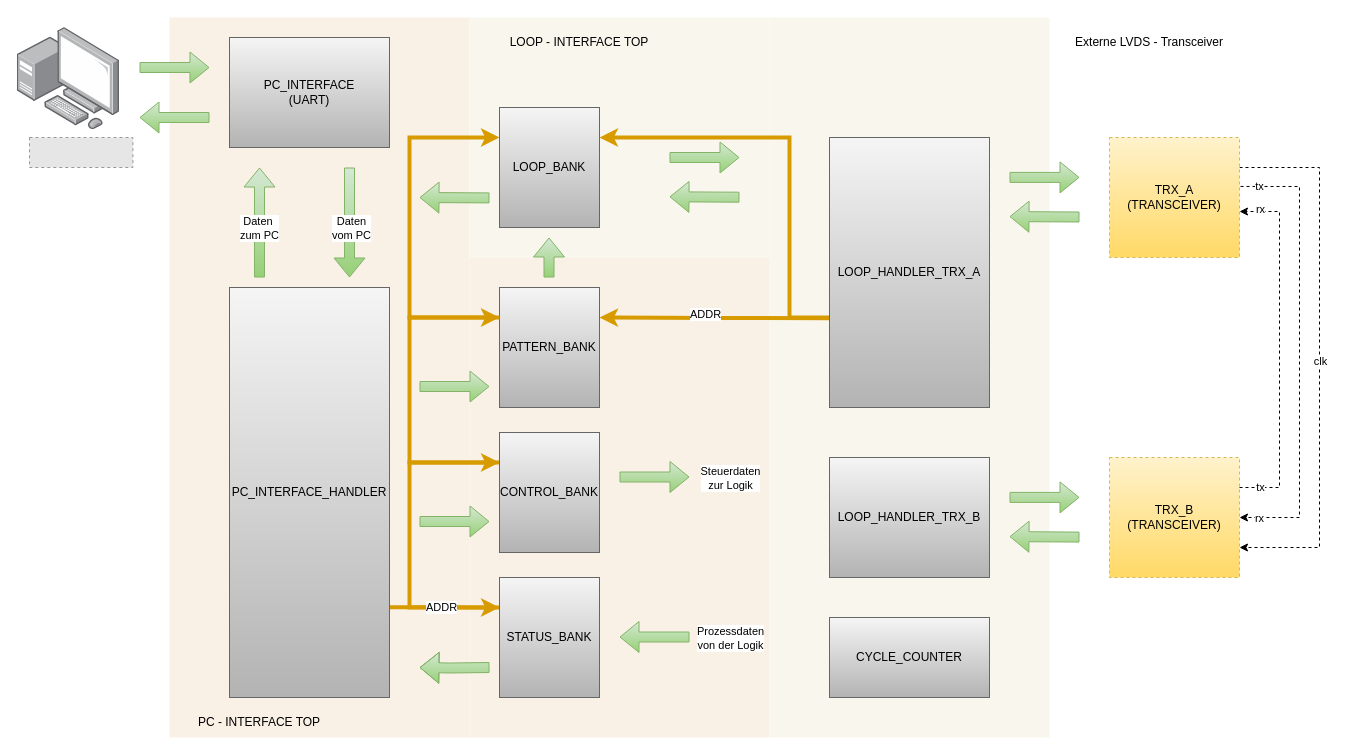
CyrilHerzog/Signalgenerator keeps this draw.io diagram as src/hdl/pc_interface/doc/pc_interface_arch.drawio. Above is the earlier version. Source tidied: cells renumbered, new cells numbered last; positions are measured from the earlier drawing's top-left corner, leaving out a move shared by most shapes. Both pictures are drawn from the tidied source at 100%, with x=0, y=0 at pixel (17, 17). Pictures stored in the file or linked from it are replaced by grey dashed boxes.
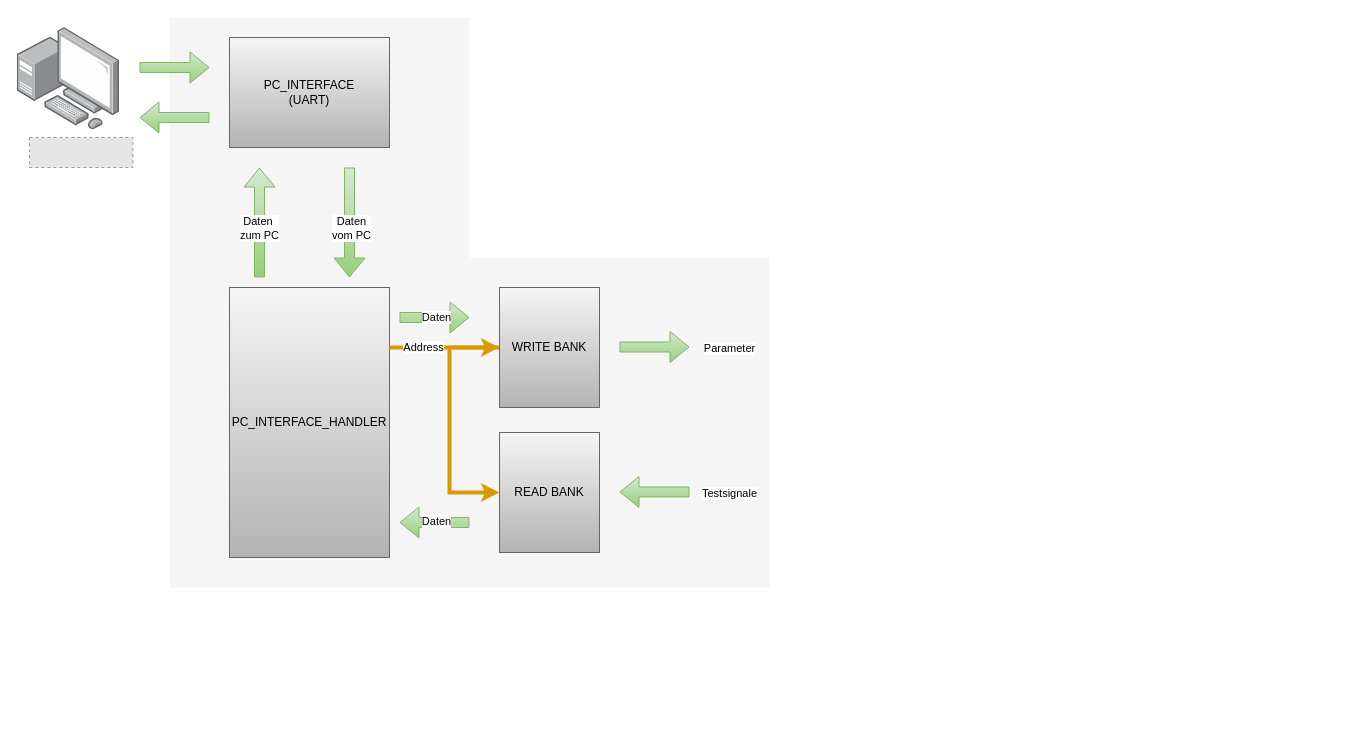
The same page after the edit.

What changed in the source:
```diff
@@
-    <mxCell id="2" style="rounded=0;whiteSpace=wrap;html=1;fillColor=#f9f0e6;strokeColor=none;" parent="1" vertex="1">
-      <mxGeometry x="152" width="300" height="720" as="geometry" />
+    <mxCell id="2" style="rounded=0;whiteSpace=wrap;html=1;strokeColor=none;fillColor=#f5f5f5;fontColor=#333333;" parent="1" vertex="1">
+      <mxGeometry x="152" width="300" height="570" as="geometry" />
     </mxCell>
-    <mxCell id="3" style="rounded=0;whiteSpace=wrap;html=1;fillColor=#f9f0e6;strokeColor=none;" parent="1" vertex="1">
-      <mxGeometry x="452" y="240" width="300" height="480" as="geometry" />
+    <mxCell id="3" style="rounded=0;whiteSpace=wrap;html=1;strokeColor=none;fillColor=#f5f5f5;fontColor=#333333;" parent="1" vertex="1">
+      <mxGeometry x="452" y="240" width="300" height="330" as="geometry" />
     </mxCell>
-    <mxCell id="4" style="rounded=0;whiteSpace=wrap;html=1;strokeColor=none;fillColor=#f9f7ed;" parent="1" vertex="1">
-      <mxGeometry x="452" width="300" height="240" as="geometry" />
-    </mxCell>
-    <mxCell id="5" style="rounded=0;whiteSpace=wrap;html=1;strokeColor=none;" parent="1" vertex="1">
-      <mxGeometry x="1032" width="280" height="720" as="geometry" />
-    </mxCell>
-    <mxCell id="6" style="rounded=0;whiteSpace=wrap;html=1;strokeColor=none;fillColor=#f9f7ed;" parent="1" vertex="1">
-      <mxGeometry x="752" width="280" height="720" as="geometry" />
-    </mxCell>
@@
-    <mxCell id="9" style="edgeStyle=orthogonalEdgeStyle;rounded=0;jettySize=auto;html=1;exitX=0.994;exitY=0.78;exitDx=0;exitDy=0;entryX=0;entryY=0.25;entryDx=0;entryDy=0;exitPerimeter=0;strokeWidth=4;fillColor=#ffcd28;gradientColor=#ffa500;strokeColor=#d79b00;" parent="1" edge="1" source="10" target="18">
-      <mxGeometry relative="1" as="geometry" />
-    </mxCell>
     <mxCell id="10" value="PC_INTERFACE_HANDLER" style="rounded=0;whiteSpace=wrap;html=1;fillColor=#f5f5f5;gradientColor=#b3b3b3;strokeColor=#666666;" parent="1" vertex="1">
-      <mxGeometry x="212" y="270" width="160" height="410" as="geometry" />
+      <mxGeometry x="212" y="270" width="160" height="270" as="geometry" />
     </mxCell>
-    <mxCell id="11" style="edgeStyle=orthogonalEdgeStyle;rounded=0;jettySize=auto;html=1;entryX=1;entryY=0.25;entryDx=0;entryDy=0;strokeWidth=4;fillColor=#ffcd28;gradientColor=#ffa500;strokeColor=#d79b00;exitX=0.006;exitY=0.667;exitDx=0;exitDy=0;exitPerimeter=0;" parent="1" edge="1" source="14" target="50">
-      <mxGeometry relative="1" as="geometry">
-        <Array as="points">
-          <mxPoint x="772" y="300" />
-          <mxPoint x="772" y="120" />
-        </Array>
-      </mxGeometry>
-    </mxCell>
-    <mxCell id="12" style="edgeStyle=orthogonalEdgeStyle;rounded=0;jettySize=auto;html=1;entryX=1;entryY=0.25;entryDx=0;entryDy=0;strokeWidth=4;fillColor=#ffcd28;gradientColor=#ffa500;strokeColor=#d79b00;exitX=-0.001;exitY=0.669;exitDx=0;exitDy=0;exitPerimeter=0;" parent="1" edge="1" source="14" target="49">
-      <mxGeometry relative="1" as="geometry">
-        <Array as="points">
-          <mxPoint x="697" y="301" />
-        </Array>
-      </mxGeometry>
-    </mxCell>
-    <mxCell id="13" value="ADDR" style="edgeLabel;html=1;align=center;verticalAlign=middle;" parent="12" vertex="1">
-      <mxGeometry x="0.08" y="-4" relative="1" as="geometry" />
-    </mxCell>
-    <mxCell id="14" value="LOOP_HANDLER_TRX_A" style="rounded=0;whiteSpace=wrap;html=1;fillColor=#f5f5f5;gradientColor=#b3b3b3;strokeColor=#666666;" parent="1" vertex="1">
-      <mxGeometry x="812" y="120" width="160" height="270" as="geometry" />
-    </mxCell>
-    <mxCell id="15" value="LOOP_HANDLER_TRX_B" style="rounded=0;whiteSpace=wrap;html=1;fillColor=#f5f5f5;gradientColor=#b3b3b3;strokeColor=#666666;" parent="1" vertex="1">
-      <mxGeometry x="812" y="440" width="160" height="120" as="geometry" />
-    </mxCell>
-    <mxCell id="16" style="edgeStyle=orthogonalEdgeStyle;rounded=0;jettySize=auto;html=1;exitX=0;exitY=0.25;exitDx=0;exitDy=0;entryX=0;entryY=0.25;entryDx=0;entryDy=0;strokeWidth=4;fillColor=#ffcd28;gradientColor=#ffa500;strokeColor=#d79b00;" parent="1" edge="1" source="18" target="20">
-      <mxGeometry relative="1" as="geometry">
-        <Array as="points">
-          <mxPoint x="392" y="590" />
-          <mxPoint x="392" y="445" />
-        </Array>
-      </mxGeometry>
-    </mxCell>
-    <mxCell id="17" value="ADDR" style="edgeLabel;html=1;align=center;verticalAlign=middle;" parent="16" vertex="1">
-      <mxGeometry x="-0.64" y="-1" relative="1" as="geometry" />
-    </mxCell>
-    <mxCell id="18" value="STATUS_BANK" style="rounded=0;whiteSpace=wrap;html=1;fillColor=#f5f5f5;gradientColor=#b3b3b3;strokeColor=#666666;" parent="1" vertex="1">
-      <mxGeometry x="482" y="560" width="100" height="120" as="geometry" />
-    </mxCell>
-    <mxCell id="19" style="edgeStyle=orthogonalEdgeStyle;rounded=0;jettySize=auto;html=1;exitX=0;exitY=0.25;exitDx=0;exitDy=0;entryX=0;entryY=0.25;entryDx=0;entryDy=0;strokeWidth=4;fillColor=#ffcd28;gradientColor=#ffa500;strokeColor=#d79b00;" parent="1" edge="1" source="20" target="49">
+    <mxCell id="19" style="edgeStyle=orthogonalEdgeStyle;rounded=0;jettySize=auto;html=1;entryX=0;entryY=0.5;entryDx=0;entryDy=0;strokeWidth=4;fillColor=#ffcd28;gradientColor=#ffa500;strokeColor=#d79b00;" parent="1" edge="1" target="49">
       <mxGeometry relative="1" as="geometry">
+        <mxPoint x="372" y="330" as="sourcePoint" />
         <Array as="points">
-          <mxPoint x="392" y="445" />
-          <mxPoint x="392" y="300" />
+          <mxPoint x="372" y="330" />
         </Array>
       </mxGeometry>
     </mxCell>
+    <mxCell id="61" value="Address" style="edgeLabel;html=1;align=center;verticalAlign=middle;" parent="19" vertex="1">
+      <mxGeometry x="-0.41" y="1" relative="1" as="geometry">
+        <mxPoint x="1" as="offset" />
+      </mxGeometry>
+    </mxCell>
-    <mxCell id="20" value="CONTROL_BANK" style="rounded=0;whiteSpace=wrap;html=1;fillColor=#f5f5f5;gradientColor=#b3b3b3;strokeColor=#666666;" parent="1" vertex="1">
+    <mxCell id="20" value="READ BANK" style="rounded=0;whiteSpace=wrap;html=1;fillColor=#f5f5f5;gradientColor=#b3b3b3;strokeColor=#666666;" parent="1" vertex="1">
       <mxGeometry x="482" y="415" width="100" height="120" as="geometry" />
     </mxCell>
@@
-    <mxCell id="29" style="shape=flexArrow;endArrow=classic;html=1;rounded=0;fillColor=#d5e8d4;gradientColor=#97d077;strokeColor=#82b366;" parent="1" edge="1">
-      <mxGeometry relative="1" as="geometry">
-        <mxPoint x="402" y="504" as="sourcePoint" />
-        <mxPoint x="472" y="504" as="targetPoint" />
-      </mxGeometry>
-    </mxCell>
-    <mxCell id="30" style="shape=flexArrow;endArrow=classic;html=1;rounded=0;fillColor=#d5e8d4;gradientColor=#97d077;strokeColor=#82b366;" parent="1" edge="1">
-      <mxGeometry relative="1" as="geometry">
-        <mxPoint x="472" y="650" as="sourcePoint" />
-        <mxPoint x="402" y="650" as="targetPoint" />
-        <Array as="points">
-          <mxPoint x="432" y="650.5" />
-        </Array>
-      </mxGeometry>
-    </mxCell>
-    <mxCell id="31" style="shape=flexArrow;endArrow=classic;html=1;rounded=0;fillColor=#d5e8d4;gradientColor=#97d077;strokeColor=#82b366;" parent="1" edge="1">
-      <mxGeometry relative="1" as="geometry">
-        <mxPoint x="602" y="459.5" as="sourcePoint" />
-        <mxPoint x="672" y="459.5" as="targetPoint" />
-      </mxGeometry>
-    </mxCell>
-    <mxCell id="32" value="Steuerdaten&lt;div&gt;zur Logik&lt;/div&gt;" style="edgeLabel;html=1;align=center;verticalAlign=middle;" parent="31" vertex="1">
-      <mxGeometry x="-0.2" y="2" relative="1" as="geometry">
-        <mxPoint x="82" y="3" as="offset" />
-      </mxGeometry>
-    </mxCell>
-    <mxCell id="33" style="shape=flexArrow;endArrow=classic;html=1;rounded=0;fillColor=#d5e8d4;gradientColor=#97d077;strokeColor=#82b366;" parent="1" edge="1">
-      <mxGeometry relative="1" as="geometry">
-        <mxPoint x="672" y="619.5" as="sourcePoint" />
-        <mxPoint x="602" y="619.5" as="targetPoint" />
-      </mxGeometry>
-    </mxCell>
-    <mxCell id="34" value="Prozessdaten&lt;div&gt;von der Logik&lt;/div&gt;" style="edgeLabel;html=1;align=center;verticalAlign=middle;" parent="33" vertex="1">
-      <mxGeometry x="-0.29" relative="1" as="geometry">
-        <mxPoint x="65" y="1" as="offset" />
-      </mxGeometry>
-    </mxCell>
-    <mxCell id="35" style="edgeStyle=orthogonalEdgeStyle;rounded=0;jettySize=auto;html=1;exitX=1;exitY=0.25;exitDx=0;exitDy=0;entryX=1;entryY=0.75;entryDx=0;entryDy=0;dashed=1;" parent="1" edge="1" source="40" target="41">
-      <mxGeometry relative="1" as="geometry">
-        <Array as="points">
-          <mxPoint x="1302" y="150" />
-          <mxPoint x="1302" y="530" />
-        </Array>
-      </mxGeometry>
-    </mxCell>
-    <mxCell id="36" value="clk" style="edgeLabel;html=1;align=center;verticalAlign=middle;" parent="35" vertex="1">
-      <mxGeometry x="0.01" relative="1" as="geometry" />
-    </mxCell>
-    <mxCell id="37" style="edgeStyle=orthogonalEdgeStyle;rounded=0;jettySize=auto;html=1;entryX=1;entryY=0.5;entryDx=0;entryDy=0;dashed=1;exitX=1.008;exitY=0.408;exitDx=0;exitDy=0;exitPerimeter=0;" parent="1" edge="1" source="40" target="41">
-      <mxGeometry relative="1" as="geometry">
-        <Array as="points">
-          <mxPoint x="1282" y="169" />
-          <mxPoint x="1282" y="500" />
-        </Array>
-      </mxGeometry>
-    </mxCell>
-    <mxCell id="38" value="rx" style="edgeLabel;html=1;align=center;verticalAlign=middle;" parent="37" vertex="1">
-      <mxGeometry x="0.81" y="1" relative="1" as="geometry">
-        <mxPoint x="-23" y="-1" as="offset" />
-      </mxGeometry>
-    </mxCell>
-    <mxCell id="39" value="tx" style="edgeLabel;html=1;align=center;verticalAlign=middle;" parent="37" vertex="1">
-      <mxGeometry x="-0.84" relative="1" as="geometry">
-        <mxPoint x="-18" as="offset" />
-      </mxGeometry>
-    </mxCell>
-    <mxCell id="40" value="TRX_A&lt;div&gt;(TRANSCEIVER)&lt;/div&gt;" style="rounded=0;whiteSpace=wrap;html=1;dashed=1;fillColor=#fff2cc;gradientColor=#ffd966;strokeColor=#d6b656;" parent="1" vertex="1">
-      <mxGeometry x="1092" y="120" width="130" height="120" as="geometry" />
-    </mxCell>
-    <mxCell id="41" value="TRX_B&lt;div&gt;(TRANSCEIVER)&lt;/div&gt;" style="rounded=0;whiteSpace=wrap;html=1;dashed=1;fillColor=#fff2cc;gradientColor=#ffd966;strokeColor=#d6b656;" parent="1" vertex="1">
-      <mxGeometry x="1092" y="440" width="130" height="120" as="geometry" />
-    </mxCell>
-    <mxCell id="42" style="edgeStyle=orthogonalEdgeStyle;rounded=0;jettySize=auto;html=1;exitX=1;exitY=0.25;exitDx=0;exitDy=0;entryX=1;entryY=0.617;entryDx=0;entryDy=0;entryPerimeter=0;dashed=1;" parent="1" edge="1" source="41" target="40">
-      <mxGeometry relative="1" as="geometry">
-        <Array as="points">
-          <mxPoint x="1262" y="470" />
-          <mxPoint x="1262" y="194" />
-        </Array>
-      </mxGeometry>
-    </mxCell>
-    <mxCell id="43" value="tx" style="edgeLabel;html=1;align=center;verticalAlign=middle;" parent="42" vertex="1">
-      <mxGeometry x="-0.72" y="-1" relative="1" as="geometry">
-        <mxPoint x="-21" y="9" as="offset" />
-      </mxGeometry>
-    </mxCell>
-    <mxCell id="44" value="rx" style="edgeLabel;html=1;align=center;verticalAlign=middle;" parent="42" vertex="1">
-      <mxGeometry x="0.74" y="2" relative="1" as="geometry">
-        <mxPoint x="-18" y="-9" as="offset" />
-      </mxGeometry>
-    </mxCell>
-    <mxCell id="45" style="shape=flexArrow;endArrow=classic;html=1;rounded=0;fillColor=#d5e8d4;gradientColor=#97d077;strokeColor=#82b366;" parent="1" edge="1">
-      <mxGeometry relative="1" as="geometry">
-        <mxPoint x="1062" y="519.6" as="sourcePoint" />
-        <mxPoint x="992" y="519.1" as="targetPoint" />
-      </mxGeometry>
-    </mxCell>
-    <mxCell id="46" style="shape=flexArrow;endArrow=classic;html=1;rounded=0;fillColor=#d5e8d4;gradientColor=#97d077;strokeColor=#82b366;" parent="1" edge="1">
-      <mxGeometry relative="1" as="geometry">
-        <mxPoint x="992" y="479.9" as="sourcePoint" />
-        <mxPoint x="1062" y="479.9" as="targetPoint" />
-      </mxGeometry>
-    </mxCell>
-    <mxCell id="47" style="shape=flexArrow;endArrow=classic;html=1;rounded=0;fillColor=#d5e8d4;gradientColor=#97d077;strokeColor=#82b366;" parent="1" edge="1">
-      <mxGeometry relative="1" as="geometry">
-        <mxPoint x="1062" y="199.5" as="sourcePoint" />
-        <mxPoint x="992" y="199.1" as="targetPoint" />
-      </mxGeometry>
-    </mxCell>
-    <mxCell id="48" style="shape=flexArrow;endArrow=classic;html=1;rounded=0;fillColor=#d5e8d4;gradientColor=#97d077;strokeColor=#82b366;" parent="1" edge="1">
-      <mxGeometry relative="1" as="geometry">
-        <mxPoint x="992" y="159.9" as="sourcePoint" />
-        <mxPoint x="1062" y="159.9" as="targetPoint" />
-      </mxGeometry>
-    </mxCell>
+    <mxCell id="62" style="edgeStyle=orthogonalEdgeStyle;rounded=0;jettySize=auto;html=1;entryX=0;entryY=0.5;entryDx=0;entryDy=0;fillColor=#ffe6cc;strokeColor=#D79B00;strokeWidth=4;" parent="1" edge="1" source="49" target="20">
+      <mxGeometry relative="1" as="geometry">
+        <Array as="points">
+          <mxPoint x="432" y="330" />
+          <mxPoint x="432" y="475" />
+        </Array>
+      </mxGeometry>
+    </mxCell>
-    <mxCell id="49" value="PATTERN_BANK" style="rounded=0;whiteSpace=wrap;html=1;fillColor=#f5f5f5;gradientColor=#b3b3b3;strokeColor=#666666;" parent="1" vertex="1">
+    <mxCell id="49" value="WRITE BANK" style="rounded=0;whiteSpace=wrap;html=1;fillColor=#f5f5f5;gradientColor=#b3b3b3;strokeColor=#666666;" parent="1" vertex="1">
       <mxGeometry x="482" y="270" width="100" height="120" as="geometry" />
     </mxCell>
-    <mxCell id="50" value="LOOP_BANK" style="rounded=0;whiteSpace=wrap;html=1;fillColor=#f5f5f5;gradientColor=#b3b3b3;strokeColor=#666666;" parent="1" vertex="1">
-      <mxGeometry x="482" y="90" width="100" height="120" as="geometry" />
-    </mxCell>
     <mxCell id="51" style="shape=flexArrow;endArrow=classic;html=1;rounded=0;fillColor=#d5e8d4;gradientColor=#97d077;strokeColor=#82b366;" parent="1" edge="1">
       <mxGeometry relative="1" as="geometry">
-        <mxPoint x="402" y="369" as="sourcePoint" />
-        <mxPoint x="472" y="369" as="targetPoint" />
+        <mxPoint x="602" y="329.5" as="sourcePoint" />
+        <mxPoint x="672" y="329.5" as="targetPoint" />
       </mxGeometry>
     </mxCell>
-    <mxCell id="52" style="edgeStyle=orthogonalEdgeStyle;rounded=0;jettySize=auto;html=1;exitX=0;exitY=0.25;exitDx=0;exitDy=0;entryX=0;entryY=0.25;entryDx=0;entryDy=0;strokeWidth=4;fillColor=#ffcd28;gradientColor=#ffa500;strokeColor=#d79b00;" parent="1" edge="1" source="49" target="50">
-      <mxGeometry relative="1" as="geometry">
-        <Array as="points">
-          <mxPoint x="392" y="300" />
-          <mxPoint x="392" y="120" />
-        </Array>
-      </mxGeometry>
-    </mxCell>
-    <mxCell id="53" style="shape=flexArrow;endArrow=classic;html=1;rounded=0;fillColor=#d5e8d4;gradientColor=#97d077;strokeColor=#82b366;" parent="1" edge="1">
-      <mxGeometry relative="1" as="geometry">
-        <mxPoint x="722" y="179.7" as="sourcePoint" />
-        <mxPoint x="652" y="179.3" as="targetPoint" />
-      </mxGeometry>
-    </mxCell>
-    <mxCell id="54" style="shape=flexArrow;endArrow=classic;html=1;rounded=0;fillColor=#d5e8d4;gradientColor=#97d077;strokeColor=#82b366;" parent="1" edge="1">
-      <mxGeometry relative="1" as="geometry">
-        <mxPoint x="652" y="140" as="sourcePoint" />
-        <mxPoint x="722" y="140" as="targetPoint" />
-      </mxGeometry>
-    </mxCell>
-    <mxCell id="55" style="shape=flexArrow;endArrow=classic;html=1;rounded=0;fillColor=#d5e8d4;gradientColor=#97d077;strokeColor=#82b366;" parent="1" edge="1">
-      <mxGeometry relative="1" as="geometry">
-        <mxPoint x="531.5" y="260" as="sourcePoint" />
-        <mxPoint x="531.5" y="220" as="targetPoint" />
-      </mxGeometry>
-    </mxCell>
-    <mxCell id="56" style="shape=flexArrow;endArrow=classic;html=1;rounded=0;fillColor=#d5e8d4;gradientColor=#97d077;strokeColor=#82b366;" parent="1" edge="1">
-      <mxGeometry relative="1" as="geometry">
-        <mxPoint x="472" y="180.4" as="sourcePoint" />
-        <mxPoint x="402" y="180" as="targetPoint" />
-      </mxGeometry>
-    </mxCell>
-    <mxCell id="57" value="CYCLE_COUNTER" style="rounded=0;whiteSpace=wrap;html=1;fillColor=#f5f5f5;gradientColor=#b3b3b3;strokeColor=#666666;" parent="1" vertex="1">
-      <mxGeometry x="812" y="600" width="160" height="80" as="geometry" />
-    </mxCell>
-    <mxCell id="58" value="LOOP - INTERFACE TOP" style="text;html=1;align=center;verticalAlign=middle;whiteSpace=wrap;rounded=0;" parent="1" vertex="1">
-      <mxGeometry x="472" y="10" width="180" height="30" as="geometry" />
-    </mxCell>
-    <mxCell id="59" value="Externe LVDS - Transceiver" style="text;html=1;align=center;verticalAlign=middle;whiteSpace=wrap;rounded=0;" parent="1" vertex="1">
-      <mxGeometry x="1042" y="10" width="180" height="30" as="geometry" />
-    </mxCell>
-    <mxCell id="60" value="PC - INTERFACE TOP" style="text;html=1;align=center;verticalAlign=middle;whiteSpace=wrap;rounded=0;" parent="1" vertex="1">
-      <mxGeometry x="152" y="690" width="180" height="30" as="geometry" />
-    </mxCell>
+    <mxCell id="63" value="Parameter" style="edgeLabel;html=1;align=center;verticalAlign=middle;" parent="51" vertex="1">
+      <mxGeometry x="0.01" y="-1" relative="1" as="geometry">
+        <mxPoint x="74" as="offset" />
+      </mxGeometry>
+    </mxCell>
+    <mxCell id="64" style="shape=flexArrow;endArrow=classic;html=1;rounded=0;fillColor=#d5e8d4;gradientColor=#97d077;strokeColor=#82b366;" parent="1" edge="1">
+      <mxGeometry relative="1" as="geometry">
+        <mxPoint x="672" y="474.5" as="sourcePoint" />
+        <mxPoint x="602" y="474.5" as="targetPoint" />
+      </mxGeometry>
+    </mxCell>
+    <mxCell id="65" value="Testsignale" style="edgeLabel;html=1;align=center;verticalAlign=middle;" parent="64" vertex="1">
+      <mxGeometry x="0.16" y="3" relative="1" as="geometry">
+        <mxPoint x="80" y="-2" as="offset" />
+      </mxGeometry>
+    </mxCell>
+    <mxCell id="66" style="shape=flexArrow;endArrow=classic;html=1;rounded=0;fillColor=#d5e8d4;gradientColor=#97d077;strokeColor=#82b366;" parent="1" edge="1">
+      <mxGeometry relative="1" as="geometry">
+        <mxPoint x="382" y="300" as="sourcePoint" />
+        <mxPoint x="452" y="300" as="targetPoint" />
+      </mxGeometry>
+    </mxCell>
+    <mxCell id="67" value="Daten" style="edgeLabel;html=1;align=center;verticalAlign=middle;" parent="66" vertex="1">
+      <mxGeometry x="-0.01" y="1" relative="1" as="geometry">
+        <mxPoint x="1" as="offset" />
+      </mxGeometry>
+    </mxCell>
+    <mxCell id="68" style="shape=flexArrow;endArrow=classic;html=1;rounded=0;fillColor=#d5e8d4;gradientColor=#97d077;strokeColor=#82b366;" parent="1" edge="1">
+      <mxGeometry relative="1" as="geometry">
+        <mxPoint x="452" y="505" as="sourcePoint" />
+        <mxPoint x="382" y="505" as="targetPoint" />
+      </mxGeometry>
+    </mxCell>
+    <mxCell id="69" value="Daten" style="edgeLabel;html=1;align=center;verticalAlign=middle;" parent="68" vertex="1">
+      <mxGeometry x="-0.04" y="-2" relative="1" as="geometry" />
+    </mxCell>
```
